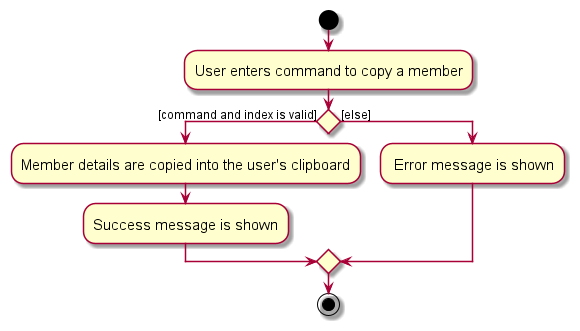
The PlantUML diagram docs/images/CopyMemberActivityDiagram.png in nus-cs2103-AY2324S1/tp, before a commit. Source of this version:
```plantuml
@startuml
skin rose
skinparam ActivityFontSize 15
skinparam ArrowFontSize 12
start
:User enters command to copy a member;

if () then ([command and index is valid])
    :Member details are copied into the user's clipboard;
    :Success message is shown;
else ([else])
    : Error message is shown;
endif
stop
@enduml
```
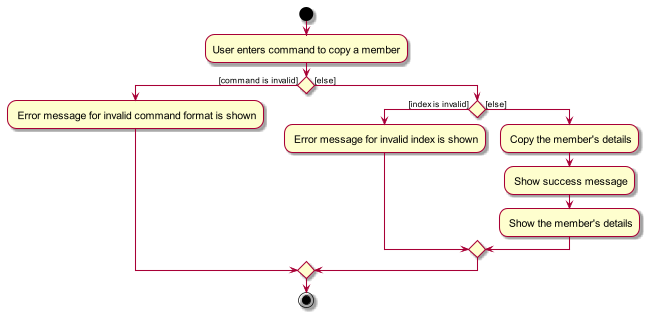
After the change.

What changed in the source:
```diff
@@ -5,11 +5,16 @@
 start
 :User enters command to copy a member;
 
-if () then ([command and index is valid])
-    :Member details are copied into the user's clipboard;
-    :Success message is shown;
+if () then ([command is invalid])
+    : Error message for invalid command format is shown;
 else ([else])
-    : Error message is shown;
+    if () then ([index is invalid])
+        : Error message for invalid index is shown;
+    else ([else])
+        : Copy the member's details;
+        : Show success message;
+        : Show the member's details;
+    endif
 endif
 stop
 @enduml
```
